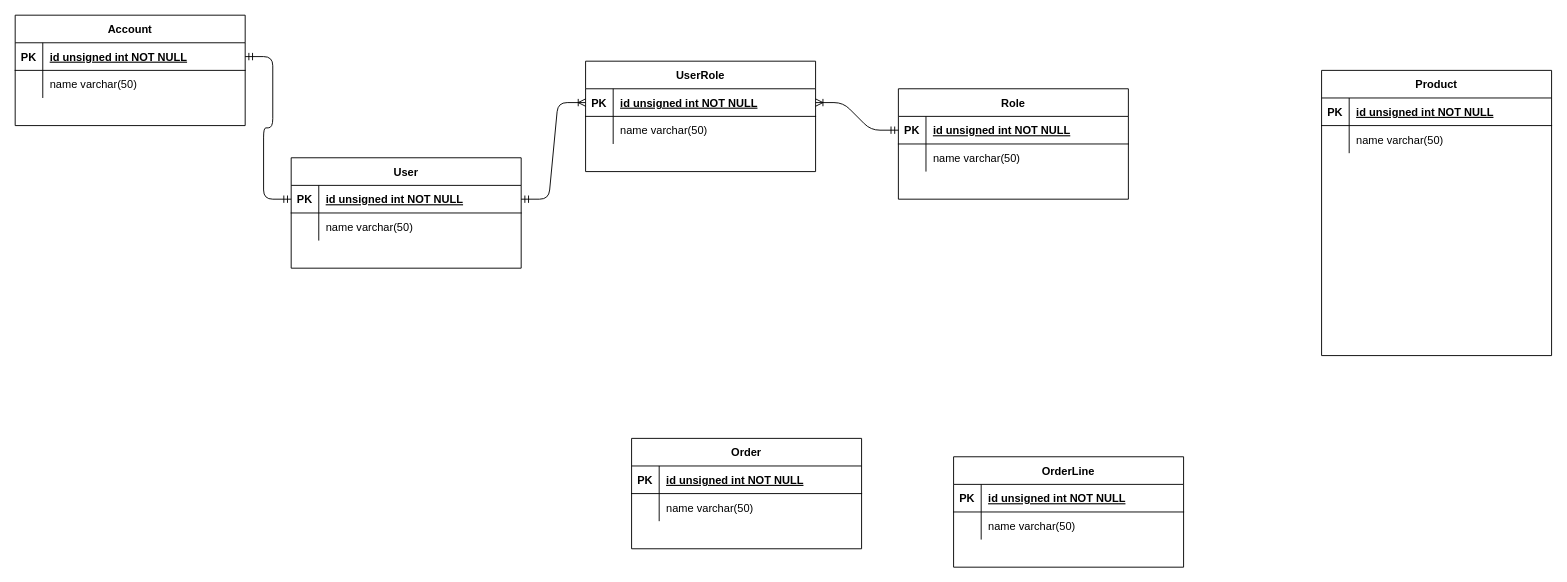
Above: Diagram/ER diagram.drawio in hakunhan/HANU_minimart (draw.io), before the change. Source tidied: cells renumbered, new cells numbered last; positions are measured from the earlier drawing's top-left corner, leaving out a move shared by most shapes. Both pictures are drawn from the tidied source at 92%, with x=0, y=0 at pixel (15, 15).
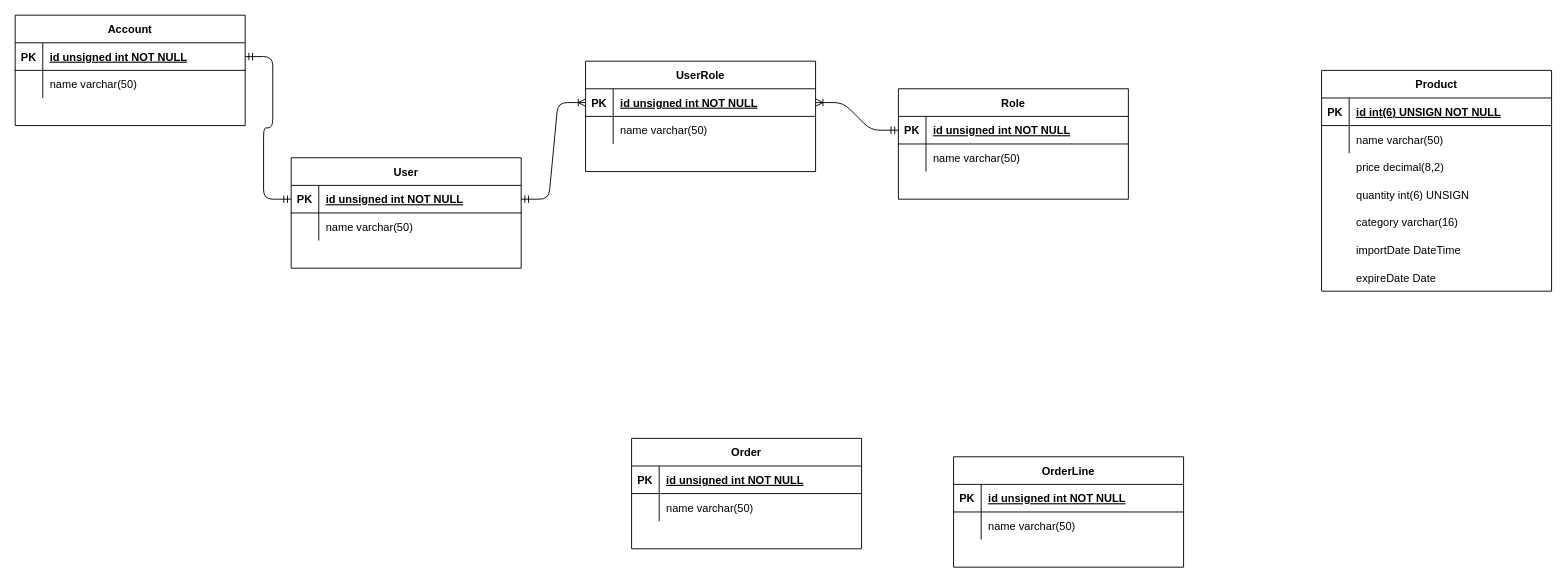
After the change.

Unchanged cells that the change refers to:
```xml
<mxCell id="3" style="shape=partialRectangle;fillColor=none;top=0;left=0;right=0;bottom=1;" parent="2" vertex="1">
  <mxGeometry y="30" width="250" height="30" as="geometry" />
</mxCell>
```

The edit, as a diff of the source:
```diff
@@
     <mxCell id="2" value="Product" style="shape=table;startSize=30;childLayout=tableLayout;rowLines=0;fontStyle=1;align=center;" parent="1" vertex="1">
-      <mxGeometry x="1420" y="60" width="250" height="310" as="geometry" />
+      <mxGeometry x="1420" y="60" width="250" height="240" as="geometry" />
     </mxCell>
@@
-    <mxCell id="5" value="id unsigned int NOT NULL " style="shape=partialRectangle;overflow=hidden;fillColor=none;top=0;left=0;bottom=0;right=0;align=left;spacingLeft=6;fontStyle=5;" parent="3" vertex="1">
+    <mxCell id="5" value="id int(6) UNSIGN NOT NULL " style="shape=partialRectangle;overflow=hidden;fillColor=none;top=0;left=0;bottom=0;right=0;align=left;spacingLeft=6;fontStyle=5;" parent="3" vertex="1">
       <mxGeometry x="30" width="220" height="30" as="geometry" />
     </mxCell>
@@
+    <mxCell id="54" style="shape=partialRectangle;fillColor=none;top=0;left=0;right=0;bottom=0;" parent="1" vertex="1">
+      <mxGeometry x="1420" y="150" width="250" height="30" as="geometry" />
+    </mxCell>
+    <mxCell id="55" style="shape=partialRectangle;overflow=hidden;fillColor=none;top=0;left=0;bottom=0;right=0;" parent="54" vertex="1">
+      <mxGeometry width="30" height="30" as="geometry" />
+    </mxCell>
+    <mxCell id="56" value="price decimal(8,2)" style="shape=partialRectangle;overflow=hidden;fillColor=none;top=0;left=0;bottom=0;right=0;align=left;spacingLeft=6;" parent="54" vertex="1">
+      <mxGeometry x="30" width="220" height="30" as="geometry" />
+    </mxCell>
+    <mxCell id="57" style="shape=partialRectangle;fillColor=none;top=0;left=0;right=0;bottom=0;" parent="1" vertex="1">
+      <mxGeometry x="1420" y="180" width="250" height="30" as="geometry" />
+    </mxCell>
+    <mxCell id="58" style="shape=partialRectangle;overflow=hidden;fillColor=none;top=0;left=0;bottom=0;right=0;" parent="57" vertex="1">
+      <mxGeometry width="30" height="30" as="geometry" />
+    </mxCell>
+    <mxCell id="59" value="quantity int(6) UNSIGN" style="shape=partialRectangle;overflow=hidden;fillColor=none;top=0;left=0;bottom=0;right=0;align=left;spacingLeft=6;" parent="57" vertex="1">
+      <mxGeometry x="30" width="220" height="30" as="geometry" />
+    </mxCell>
+    <mxCell id="60" style="shape=partialRectangle;fillColor=none;top=0;left=0;right=0;bottom=0;" parent="1" vertex="1">
+      <mxGeometry x="1420" y="210" width="250" height="30" as="geometry" />
+    </mxCell>
+    <mxCell id="61" style="shape=partialRectangle;overflow=hidden;fillColor=none;top=0;left=0;bottom=0;right=0;" parent="60" vertex="1">
+      <mxGeometry width="30" height="30" as="geometry" />
+    </mxCell>
+    <mxCell id="62" value="category varchar(16)" style="shape=partialRectangle;overflow=hidden;fillColor=none;top=0;left=0;bottom=0;right=0;align=left;spacingLeft=6;" parent="60" vertex="1">
+      <mxGeometry x="30" width="220" height="30" as="geometry" />
+    </mxCell>
+    <mxCell id="63" style="shape=partialRectangle;fillColor=none;top=0;left=0;right=0;bottom=0;" parent="1" vertex="1">
+      <mxGeometry x="1420" y="240" width="250" height="30" as="geometry" />
+    </mxCell>
+    <mxCell id="64" style="shape=partialRectangle;overflow=hidden;fillColor=none;top=0;left=0;bottom=0;right=0;" parent="63" vertex="1">
+      <mxGeometry width="30" height="30" as="geometry" />
+    </mxCell>
+    <mxCell id="65" value="importDate DateTime" style="shape=partialRectangle;overflow=hidden;fillColor=none;top=0;left=0;bottom=0;right=0;align=left;spacingLeft=6;" parent="63" vertex="1">
+      <mxGeometry x="30" width="220" height="30" as="geometry" />
+    </mxCell>
+    <mxCell id="66" style="shape=partialRectangle;fillColor=none;top=0;left=0;right=0;bottom=0;" parent="1" vertex="1">
+      <mxGeometry x="1420" y="270" width="250" height="30" as="geometry" />
+    </mxCell>
+    <mxCell id="67" style="shape=partialRectangle;overflow=hidden;fillColor=none;top=0;left=0;bottom=0;right=0;" parent="66" vertex="1">
+      <mxGeometry width="30" height="30" as="geometry" />
+    </mxCell>
+    <mxCell id="68" value="expireDate Date" style="shape=partialRectangle;overflow=hidden;fillColor=none;top=0;left=0;bottom=0;right=0;align=left;spacingLeft=6;" parent="66" vertex="1">
+      <mxGeometry x="30" width="220" height="30" as="geometry" />
+    </mxCell>
```
